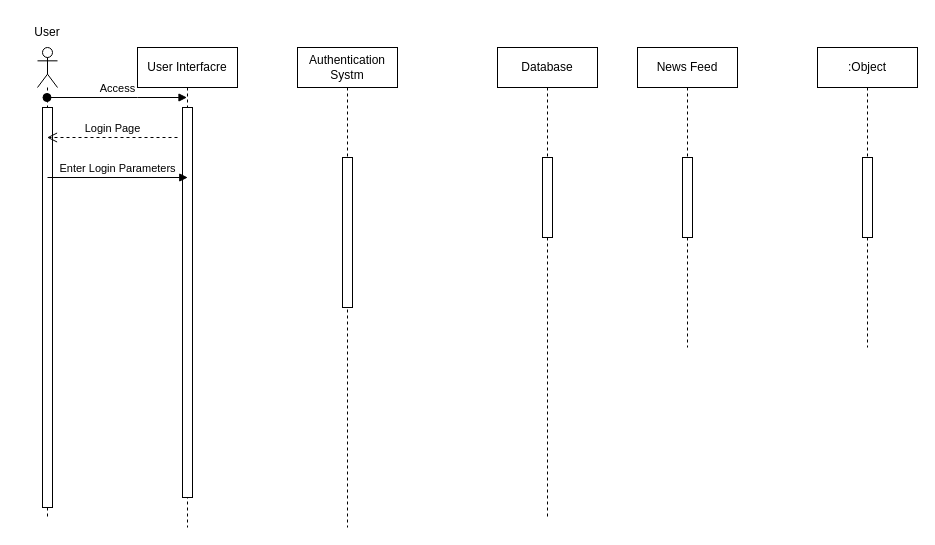
Before: Sequence Diagram.drawio in AhmedButtar7/testrepo, a draw.io diagram. Source tidied: cells renumbered, new cells numbered last; positions are measured from the earlier drawing's top-left corner, leaving out a move shared by most shapes. Both pictures are drawn from the tidied source at 100%, with x=0, y=0 at pixel (17, 17).
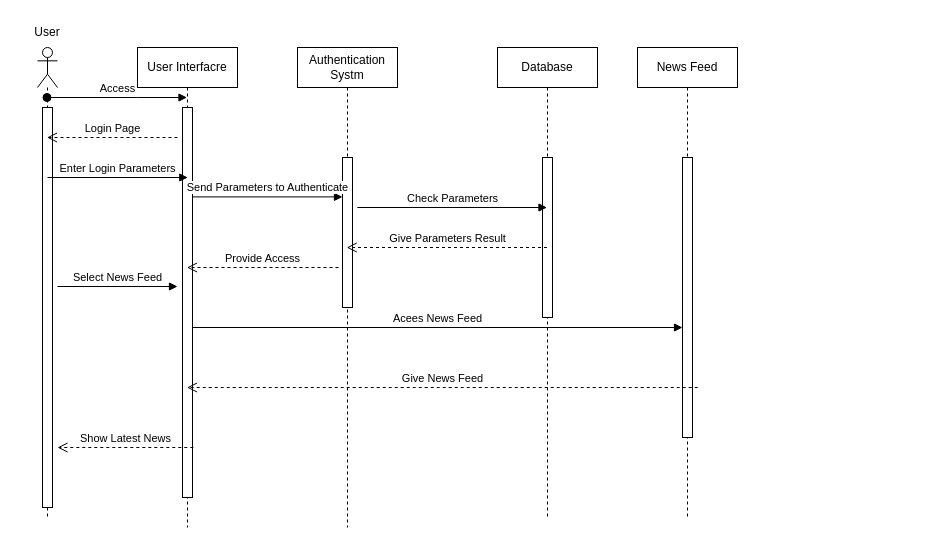
Above is the later version.

The change refers to these unchanged cells:
```xml
<mxCell id="3" style="html=1;points=[[0,0,0,0,5],[0,1,0,0,-5],[1,0,0,0,5],[1,1,0,0,-5]];perimeter=orthogonalPerimeter;outlineConnect=0;targetShapes=umlLifeline;portConstraint=eastwest;newEdgeStyle={&quot;curved&quot;:0,&quot;rounded&quot;:0};" parent="2" vertex="1">
  <mxGeometry x="45" y="110" width="10" height="150" as="geometry" />
</mxCell>
<mxCell id="4" value="User Interfacre" style="shape=umlLifeline;perimeter=lifelinePerimeter;whiteSpace=wrap;html=1;outlineConnect=0;portConstraint=eastwest;newEdgeStyle={&quot;edgeStyle&quot;:&quot;elbowEdgeStyle&quot;,&quot;elbow&quot;:&quot;vertical&quot;,&quot;curved&quot;:0,&quot;rounded&quot;:0};" parent="1" vertex="1">
  <mxGeometry x="120" y="30" width="100" height="480" as="geometry" />
</mxCell>
<mxCell id="6" value="Database" style="shape=umlLifeline;perimeter=lifelinePerimeter;whiteSpace=wrap;html=1;outlineConnect=0;portConstraint=eastwest;newEdgeStyle={&quot;edgeStyle&quot;:&quot;elbowEdgeStyle&quot;,&quot;elbow&quot;:&quot;vertical&quot;,&quot;curved&quot;:0,&quot;rounded&quot;:0};" parent="1" vertex="1">
  <mxGeometry x="480" y="30" width="100" height="470" as="geometry" />
</mxCell>
```

What changed in the source:
```diff
@@
     <mxCell id="7" style="html=1;perimeter=orthogonalPerimeter;targetShapes=umlLifeline;newEdgeStyle={&quot;curved&quot;:0,&quot;rounded&quot;:0};" parent="6" vertex="1">
-      <mxGeometry x="45" y="110" width="10" height="80" as="geometry" />
+      <mxGeometry x="45" y="110" width="10" height="160" as="geometry" />
     </mxCell>
     <mxCell id="8" value="News Feed" style="shape=umlLifeline;perimeter=lifelinePerimeter;whiteSpace=wrap;html=1;newEdgeStyle={&quot;edgeStyle&quot;:&quot;elbowEdgeStyle&quot;,&quot;elbow&quot;:&quot;vertical&quot;,&quot;curved&quot;:0,&quot;rounded&quot;:0};" parent="1" vertex="1">
-      <mxGeometry x="620" y="30" width="100" height="300" as="geometry" />
+      <mxGeometry x="620" y="30" width="100" height="470" as="geometry" />
     </mxCell>
     <mxCell id="9" style="html=1;points=[[0,0,0,0,5],[0,1,0,0,-5],[1,0,0,0,5],[1,1,0,0,-5]];perimeter=orthogonalPerimeter;outlineConnect=0;targetShapes=umlLifeline;portConstraint=eastwest;newEdgeStyle={&quot;curved&quot;:0,&quot;rounded&quot;:0};" parent="8" vertex="1">
-      <mxGeometry x="45" y="110" width="10" height="80" as="geometry" />
+      <mxGeometry x="45" y="110" width="10" height="280" as="geometry" />
     </mxCell>
-    <mxCell id="10" value=":Object" style="shape=umlLifeline;perimeter=lifelinePerimeter;whiteSpace=wrap;html=1;newEdgeStyle={&quot;edgeStyle&quot;:&quot;elbowEdgeStyle&quot;,&quot;elbow&quot;:&quot;vertical&quot;,&quot;curved&quot;:0,&quot;rounded&quot;:0};" parent="1" vertex="1">
-      <mxGeometry x="800" y="30" width="100" height="300" as="geometry" />
-    </mxCell>
-    <mxCell id="11" style="html=1;perimeter=orthogonalPerimeter;targetShapes=umlLifeline;newEdgeStyle={&quot;curved&quot;:0,&quot;rounded&quot;:0};" parent="10" vertex="1">
-      <mxGeometry x="45" y="110" width="10" height="80" as="geometry" />
-    </mxCell>
@@
+    <mxCell id="18" value="Send Parameters to Authenticate" style="html=1;verticalAlign=bottom;endArrow=block;curved=0;rounded=0;" parent="1" edge="1" target="3">
+      <mxGeometry relative="1" as="geometry">
+        <mxPoint x="175" y="179.4" as="sourcePoint" />
+      </mxGeometry>
+    </mxCell>
+    <mxCell id="19" value="Check Parameters" style="html=1;verticalAlign=bottom;endArrow=block;curved=0;rounded=0;" parent="1" edge="1" target="6">
+      <mxGeometry relative="1" as="geometry">
+        <mxPoint x="339.8" y="190" as="sourcePoint" />
+      </mxGeometry>
+    </mxCell>
+    <mxCell id="20" value="Give Parameters Result" style="html=1;verticalAlign=bottom;endArrow=open;dashed=1;endSize=8;curved=0;rounded=0;" parent="1" edge="1">
+      <mxGeometry relative="1" as="geometry">
+        <mxPoint x="529.5" y="230" as="sourcePoint" />
+        <mxPoint x="329.2" y="230" as="targetPoint" />
+      </mxGeometry>
+    </mxCell>
+    <mxCell id="21" value="Provide Access" style="html=1;verticalAlign=bottom;endArrow=open;dashed=1;endSize=8;curved=0;rounded=0;" parent="1" edge="1" target="4">
+      <mxGeometry relative="1" as="geometry">
+        <mxPoint x="321" y="250" as="sourcePoint" />
+      </mxGeometry>
+    </mxCell>
+    <mxCell id="22" value="Acees News Feed" style="html=1;verticalAlign=bottom;endArrow=block;curved=0;rounded=0;" parent="1" edge="1" target="9">
+      <mxGeometry relative="1" as="geometry">
+        <mxPoint x="175" y="310" as="sourcePoint" />
+      </mxGeometry>
+    </mxCell>
+    <mxCell id="23" value="Give News Feed" style="html=1;verticalAlign=bottom;endArrow=open;dashed=1;endSize=8;curved=0;rounded=0;" parent="1" edge="1" target="4">
+      <mxGeometry relative="1" as="geometry">
+        <mxPoint x="680.2" y="370" as="sourcePoint" />
+      </mxGeometry>
+    </mxCell>
+    <mxCell id="24" value="Select News Feed" style="html=1;verticalAlign=bottom;endArrow=block;curved=0;rounded=0;" parent="1" edge="1">
+      <mxGeometry relative="1" as="geometry">
+        <mxPoint x="40" y="269" as="sourcePoint" />
+        <mxPoint x="160" y="269" as="targetPoint" />
+      </mxGeometry>
+    </mxCell>
+    <mxCell id="25" value="Show Latest News" style="html=1;verticalAlign=bottom;endArrow=open;dashed=1;endSize=8;curved=0;rounded=0;" parent="1" edge="1">
+      <mxGeometry relative="1" as="geometry">
+        <mxPoint x="175.8" y="430" as="sourcePoint" />
+        <mxPoint x="40" y="430" as="targetPoint" />
+      </mxGeometry>
+    </mxCell>
```
